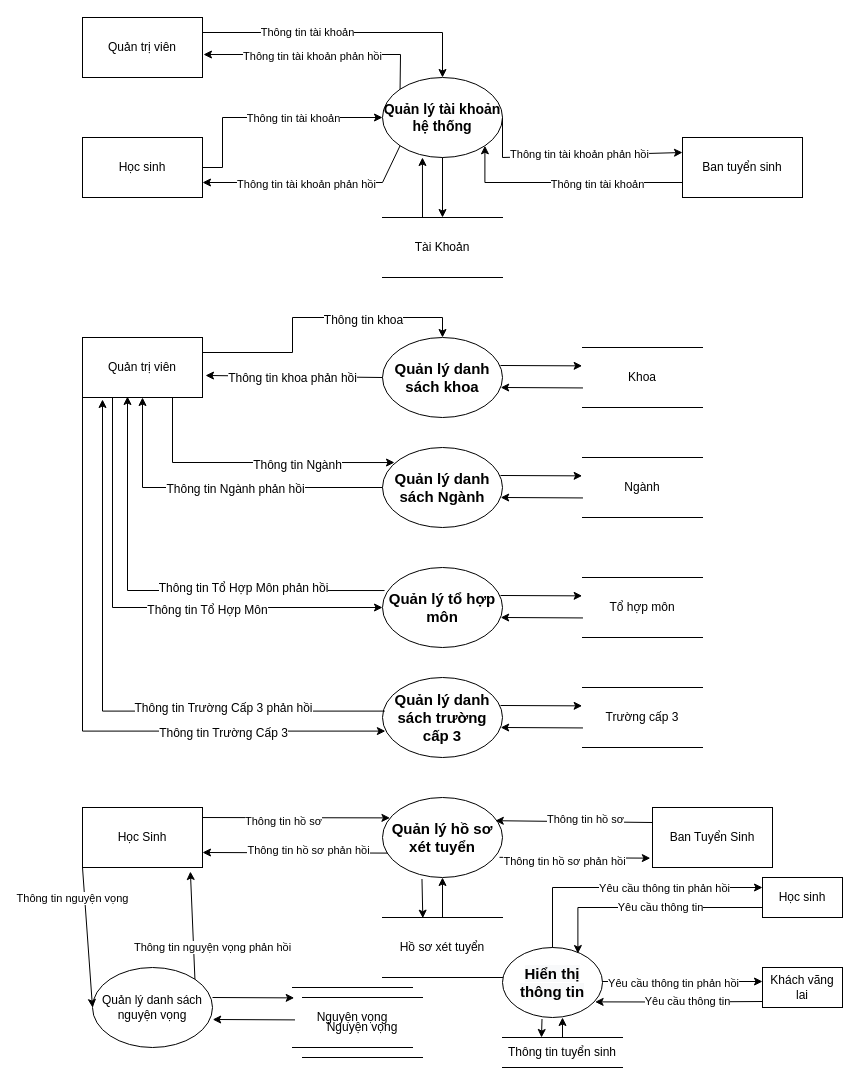
Before: page "Biểu đồ luồng dữ liệu mức đỉnh 0" (4 of 12) of 1. Bao Cao/DATN.drawio in truongquangkhai99/TrinhVanTu_DATN, a draw.io diagram. Source tidied: cells renumbered, new cells numbered last; positions are measured from the earlier drawing's top-left corner, leaving out a move shared by most shapes. Both pictures are drawn from the tidied source at 100%, with x=0, y=0 at pixel (82, 17).
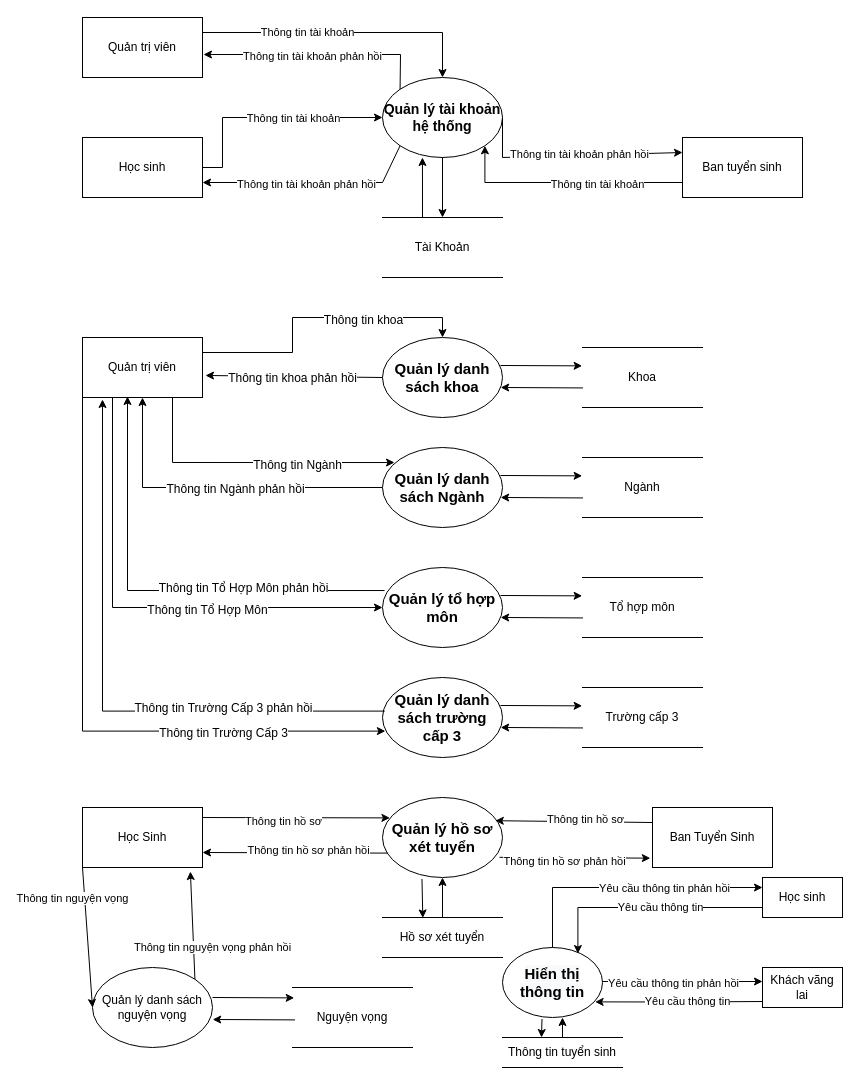
The same diagram, later.

The edit, as a diff of the source:
```diff
@@
     <mxCell id="70" value="Hồ sơ xét tuyển" style="shape=partialRectangle;whiteSpace=wrap;html=1;left=0;right=0;fillColor=none;" parent="1" vertex="1">
-      <mxGeometry x="300" y="900" width="120" height="60" as="geometry" />
+      <mxGeometry x="300" y="900" width="120" height="40" as="geometry" />
     </mxCell>
@@
-    <mxCell id="76" value="Nguyện vọng" style="shape=partialRectangle;whiteSpace=wrap;html=1;left=0;right=0;fillColor=none;" parent="1" vertex="1">
-      <mxGeometry x="220" y="980" width="120" height="60" as="geometry" />
-    </mxCell>
```
